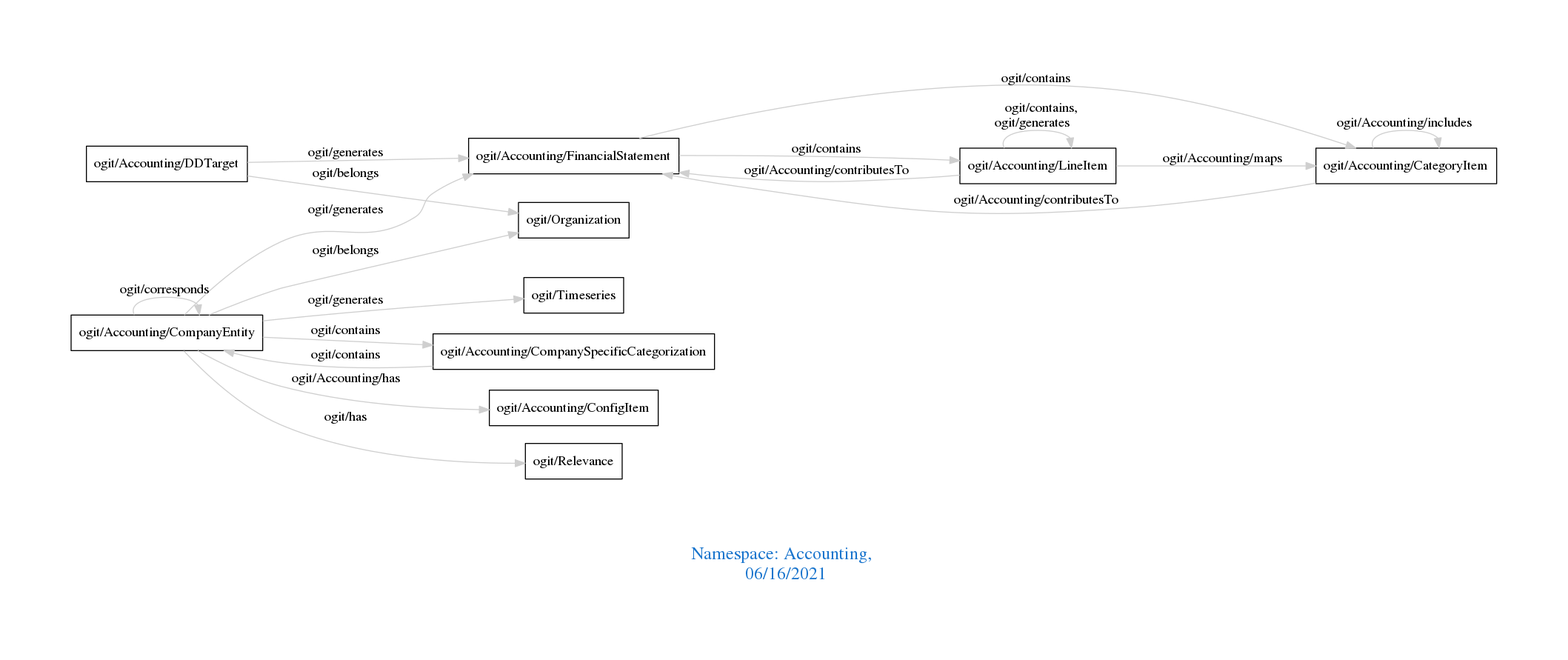
This is downloads/Accounting.png from arago/OGIT, a Graphviz export, as it was before one commit. Its source is kept beside it as downloads/Accounting.dot. Source of this version:
```dot
digraph OGIT_ontology {
 graph [ rankdir= LR,pad=1
fontsize = 18,
fontcolor= dodgerblue3,label = "\n\n\nNamespace: Accounting, \n 06/16/2021"];
node[shape=polygon];
edge [  color="gray81"];

   "ogit/Accounting/CompanyEntity" -> "ogit/Accounting/CompanySpecificCategorization" [label="   ogit/contains    "];
   "ogit/Accounting/CompanySpecificCategorization" -> "ogit/Accounting/CompanyEntity" [label="   ogit/contains    "];
   "ogit/Accounting/FinancialStatement" -> "ogit/Accounting/LineItem" [label="   ogit/contains    "];
   "ogit/Accounting/FinancialStatement" -> "ogit/Accounting/CategoryItem" [label="   ogit/contains    "];
   "ogit/Accounting/CompanyEntity" -> "ogit/Accounting/FinancialStatement" [label="   ogit/generates    "];
   "ogit/Accounting/CompanyEntity" -> "ogit/Timeseries" [label="   ogit/generates    "];
   "ogit/Accounting/DDTarget" -> "ogit/Accounting/FinancialStatement" [label="   ogit/generates    "];
   "ogit/Accounting/CategoryItem" -> "ogit/Accounting/FinancialStatement" [label="   ogit/Accounting/contributesTo    "];
   "ogit/Accounting/LineItem" -> "ogit/Accounting/FinancialStatement" [label="   ogit/Accounting/contributesTo    "];
   "ogit/Accounting/LineItem" -> "ogit/Accounting/CategoryItem" [label="   ogit/Accounting/maps    "];
   "ogit/Accounting/CompanyEntity" -> "ogit/Organization" [label="   ogit/belongs    "];
   "ogit/Accounting/DDTarget" -> "ogit/Organization" [label="   ogit/belongs    "];
   "ogit/Accounting/CompanyEntity" -> "ogit/Accounting/ConfigItem" [label="   ogit/Accounting/has    "];
   "ogit/Accounting/CompanyEntity" -> "ogit/Relevance" [label="   ogit/has    "];
   "ogit/Accounting/CategoryItem" -> "ogit/Accounting/CategoryItem" [label="   ogit/Accounting/includes    "];
   "ogit/Accounting/CompanyEntity" -> "ogit/Accounting/CompanyEntity" [label="   ogit/corresponds    "];
   "ogit/Accounting/LineItem" -> "ogit/Accounting/LineItem" [label="   ogit/contains, \n ogit/generates    "];
}
```
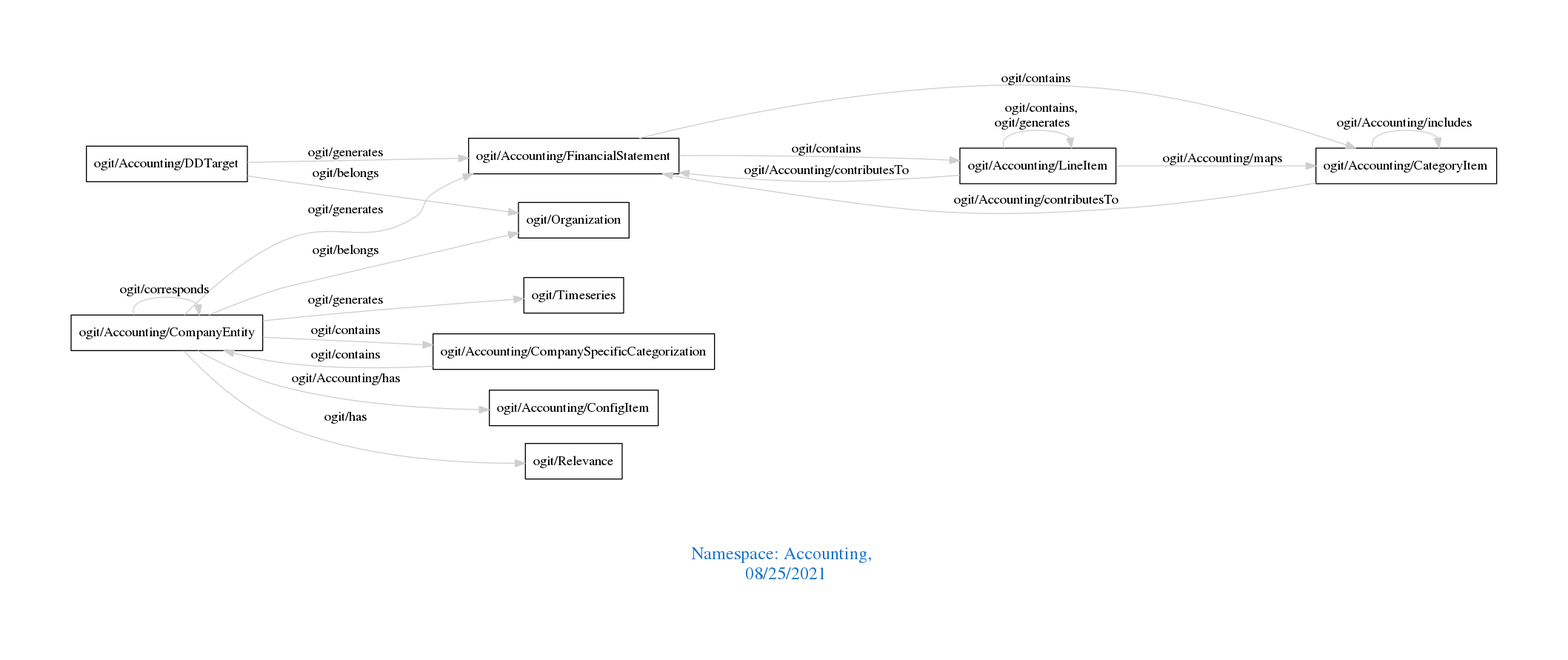
The same diagram one commit later.

Change to the diagram source:
```diff
@@ -1,7 +1,7 @@
 digraph OGIT_ontology {
  graph [ rankdir= LR,pad=1
 fontsize = 18,
-fontcolor= dodgerblue3,label = "\n\n\nNamespace: Accounting, \n 06/16/2021"];
+fontcolor= dodgerblue3,label = "\n\n\nNamespace: Accounting, \n 08/25/2021"];
 node[shape=polygon];
 edge [  color="gray81"];
 
```
